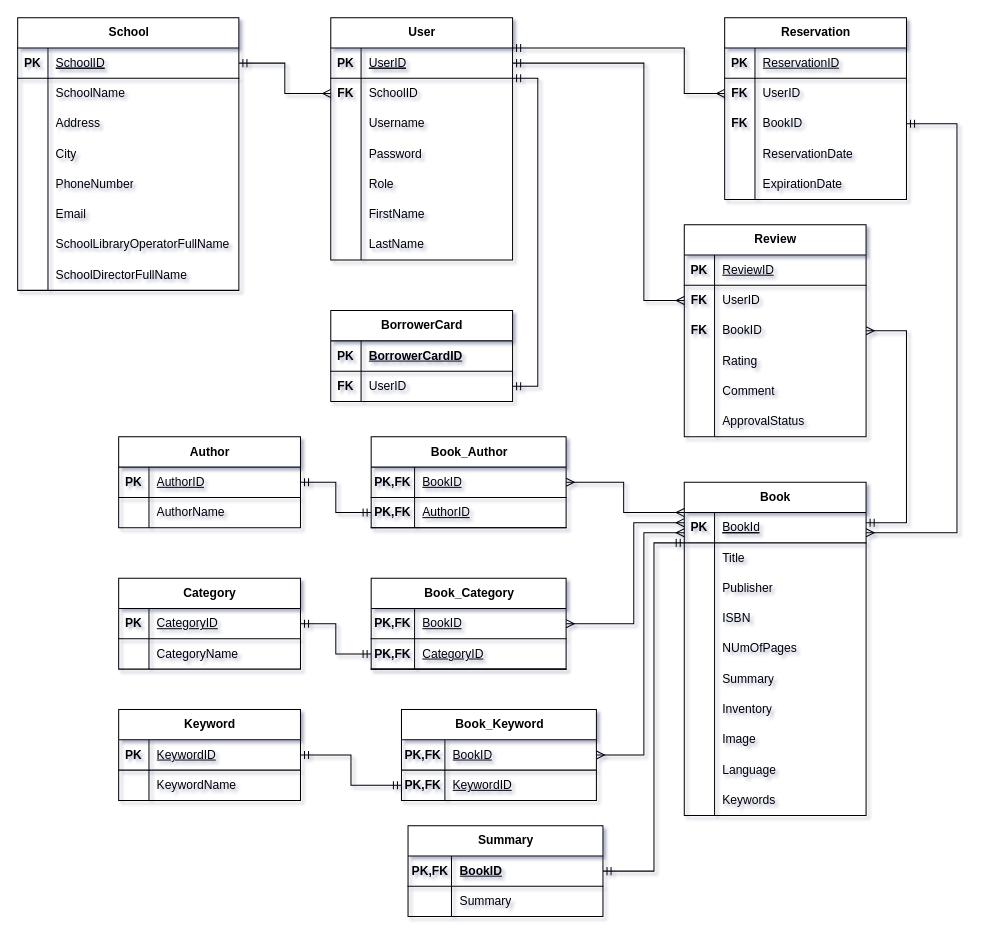
The draw.io diagram diagrams/Relational.drawio in ntua-el19877/Databases, before the edit. Source tidied: cells renumbered, new cells numbered last; positions are measured from the earlier drawing's top-left corner, leaving out a move shared by most shapes. Both pictures are drawn from the tidied source at 101%, with x=0, y=0 at pixel (17, 17).
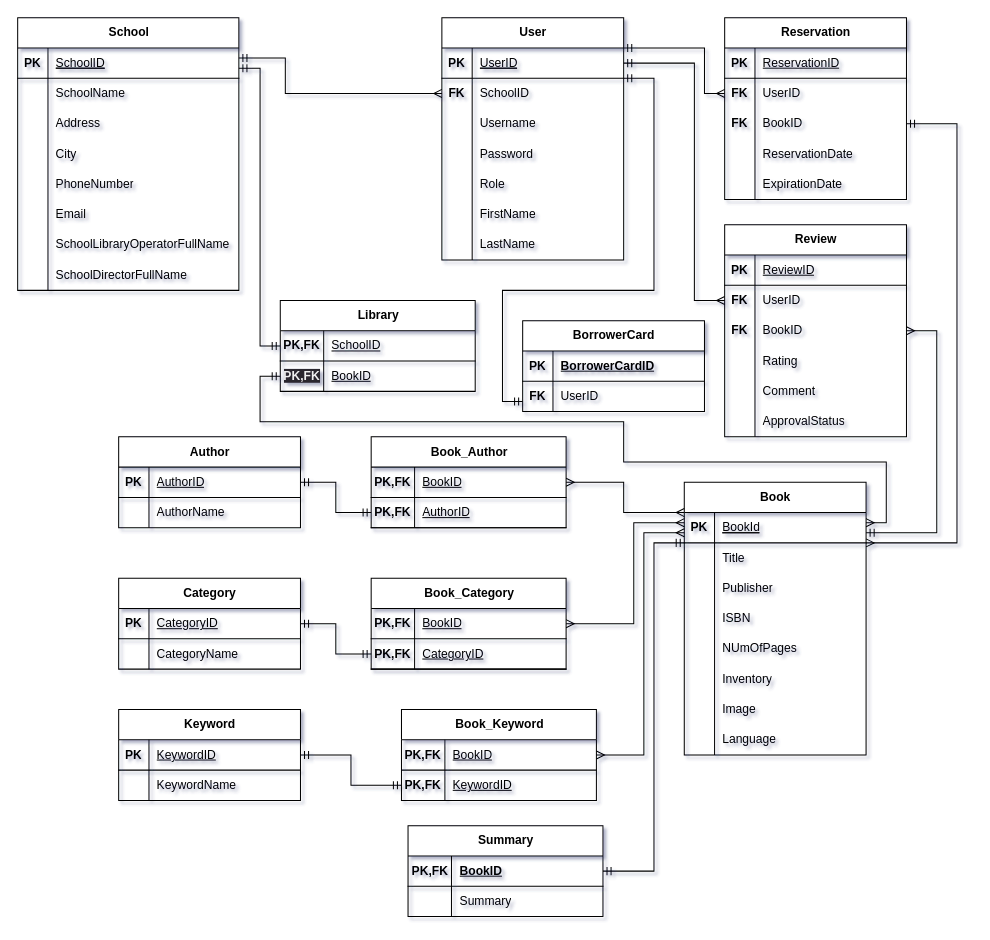
The same page after the edit.

Unchanged cells that the change refers to:
```xml
<mxCell id="3" style="shape=tableRow;horizontal=0;startSize=0;swimlaneHead=0;swimlaneBody=0;fillColor=none;points=[[0,0.5],[1,0.5]];portConstraint=eastwest;top=0;left=0;right=0;bottom=1;" parent="2" vertex="1">
  <mxGeometry y="30" width="219" height="30" as="geometry" />
</mxCell>
<mxCell id="29" style="shape=tableRow;horizontal=0;startSize=0;swimlaneHead=0;swimlaneBody=0;fillColor=none;points=[[0,0.5],[1,0.5]];portConstraint=eastwest;top=0;left=0;right=0;bottom=1;" parent="28" vertex="1">
  <mxGeometry y="30" width="180" height="30" as="geometry" />
</mxCell>
<mxCell id="61" style="shape=tableRow;horizontal=0;startSize=0;swimlaneHead=0;swimlaneBody=0;fillColor=none;points=[[0,0.5],[1,0.5]];portConstraint=eastwest;top=0;left=0;right=0;bottom=1;" parent="60" vertex="1">
  <mxGeometry y="30" width="180" height="30" as="geometry" />
</mxCell>
<mxCell id="64" style="shape=tableRow;horizontal=0;startSize=0;swimlaneHead=0;swimlaneBody=0;fillColor=none;points=[[0,0.5],[1,0.5]];portConstraint=eastwest;top=0;left=0;right=0;bottom=0;" parent="60" vertex="1">
  <mxGeometry y="60" width="180" height="30" as="geometry" />
</mxCell>
<mxCell id="88" style="shape=tableRow;horizontal=0;startSize=0;swimlaneHead=0;swimlaneBody=0;fillColor=none;points=[[0,0.5],[1,0.5]];portConstraint=eastwest;top=0;left=0;right=0;bottom=0;" parent="84" vertex="1">
  <mxGeometry y="60" width="180" height="30" as="geometry" />
</mxCell>
<mxCell id="91" style="shape=tableRow;horizontal=0;startSize=0;swimlaneHead=0;swimlaneBody=0;fillColor=none;points=[[0,0.5],[1,0.5]];portConstraint=eastwest;top=0;left=0;right=0;bottom=0;" parent="84" vertex="1">
  <mxGeometry y="90" width="180" height="30" as="geometry" />
</mxCell>
<mxCell id="136" style="shape=tableRow;horizontal=0;startSize=0;swimlaneHead=0;swimlaneBody=0;fillColor=none;points=[[0,0.5],[1,0.5]];portConstraint=eastwest;top=0;left=0;right=0;bottom=0;" parent="132" vertex="1">
  <mxGeometry y="60" width="180" height="30" as="geometry" />
</mxCell>
<mxCell id="145" style="shape=tableRow;horizontal=0;startSize=0;swimlaneHead=0;swimlaneBody=0;fillColor=none;points=[[0,0.5],[1,0.5]];portConstraint=eastwest;top=0;left=0;right=0;bottom=0;" parent="141" vertex="1">
  <mxGeometry y="60" width="180" height="30" as="geometry" />
</mxCell>
<mxCell id="148" style="shape=tableRow;horizontal=0;startSize=0;swimlaneHead=0;swimlaneBody=0;fillColor=none;points=[[0,0.5],[1,0.5]];portConstraint=eastwest;top=0;left=0;right=0;bottom=0;" parent="141" vertex="1">
  <mxGeometry y="90" width="180" height="30" as="geometry" />
</mxCell>
```

What changed in the source:
```diff
@@
     <mxCell id="28" value="Book" style="shape=table;startSize=30;childLayout=tableLayout;rowLines=0;fontStyle=1;align=center;html=1;" parent="1" vertex="1">
-      <mxGeometry x="660" y="460" width="180" height="330" as="geometry" />
+      <mxGeometry x="660" y="460" width="180" height="270" as="geometry" />
     </mxCell>
@@
-    <mxCell id="44" style="shape=tableRow;horizontal=0;startSize=0;swimlaneHead=0;swimlaneBody=0;fillColor=none;top=0;left=0;right=0;bottom=0;" parent="28" vertex="1">
-      <mxGeometry y="180" width="180" height="30" as="geometry" />
-    </mxCell>
-    <mxCell id="45" style="shape=partialRectangle;fillColor=none;top=0;left=0;bottom=0;right=0;overflow=hidden;whiteSpace=wrap;html=1;" parent="44" vertex="1">
-      <mxGeometry width="30" height="30" as="geometry" />
-    </mxCell>
-    <mxCell id="46" value="Summary" style="shape=partialRectangle;fillColor=none;top=0;left=0;bottom=0;right=0;align=left;spacingLeft=6;overflow=hidden;whiteSpace=wrap;html=1;" parent="44" vertex="1">
-      <mxGeometry x="30" width="150" height="30" as="geometry" />
-    </mxCell>
     <mxCell id="47" style="shape=tableRow;horizontal=0;startSize=0;swimlaneHead=0;swimlaneBody=0;fillColor=none;top=0;left=0;right=0;bottom=0;" parent="28" vertex="1">
-      <mxGeometry y="210" width="180" height="30" as="geometry" />
+      <mxGeometry y="180" width="180" height="30" as="geometry" />
     </mxCell>
@@
     <mxCell id="50" style="shape=tableRow;horizontal=0;startSize=0;swimlaneHead=0;swimlaneBody=0;fillColor=none;top=0;left=0;right=0;bottom=0;" parent="28" vertex="1">
-      <mxGeometry y="240" width="180" height="30" as="geometry" />
+      <mxGeometry y="210" width="180" height="30" as="geometry" />
     </mxCell>
@@
     <mxCell id="53" style="shape=tableRow;horizontal=0;startSize=0;swimlaneHead=0;swimlaneBody=0;fillColor=none;top=0;left=0;right=0;bottom=0;" parent="28" vertex="1">
-      <mxGeometry y="270" width="180" height="30" as="geometry" />
+      <mxGeometry y="240" width="180" height="30" as="geometry" />
     </mxCell>
@@
-    <mxCell id="56" style="shape=tableRow;horizontal=0;startSize=0;swimlaneHead=0;swimlaneBody=0;fillColor=none;top=0;left=0;right=0;bottom=0;" parent="28" vertex="1">
-      <mxGeometry y="300" width="180" height="30" as="geometry" />
-    </mxCell>
-    <mxCell id="57" style="shape=partialRectangle;fillColor=none;top=0;left=0;bottom=0;right=0;overflow=hidden;whiteSpace=wrap;html=1;" parent="56" vertex="1">
-      <mxGeometry width="30" height="30" as="geometry" />
-    </mxCell>
-    <mxCell id="58" value="Keywords" style="shape=partialRectangle;fillColor=none;top=0;left=0;bottom=0;right=0;align=left;spacingLeft=6;overflow=hidden;whiteSpace=wrap;html=1;" parent="56" vertex="1">
-      <mxGeometry x="30" width="150" height="30" as="geometry" />
-    </mxCell>
     <mxCell id="59" style="edgeStyle=orthogonalEdgeStyle;rounded=0;jettySize=auto;html=1;startArrow=ERmany;startFill=0;endArrow=ERmandOne;endFill=0;" parent="1" edge="1" source="64" target="3">
-      <mxGeometry relative="1" as="geometry" />
+      <mxGeometry relative="1" as="geometry">
+        <Array as="points">
+          <mxPoint x="265" y="75" />
+          <mxPoint x="265" y="40" />
+        </Array>
+      </mxGeometry>
     </mxCell>
     <mxCell id="60" value="User" style="shape=table;startSize=30;childLayout=tableLayout;rowLines=0;fontStyle=1;align=center;html=1;" parent="1" vertex="1">
-      <mxGeometry x="310" width="180" height="240" as="geometry" />
+      <mxGeometry x="420" width="180" height="240" as="geometry" />
     </mxCell>
@@
     <mxCell id="82" style="edgeStyle=orthogonalEdgeStyle;rounded=0;jettySize=auto;html=1;startArrow=ERmany;startFill=0;endArrow=ERmandOne;endFill=0;" parent="1" edge="1" source="88" target="61">
       <mxGeometry relative="1" as="geometry">
         <Array as="points">
-          <mxPoint x="660" y="75" />
-          <mxPoint x="660" y="30" />
+          <mxPoint x="680" y="75" />
+          <mxPoint x="680" y="30" />
         </Array>
       </mxGeometry>
     </mxCell>
     <mxCell id="83" style="edgeStyle=orthogonalEdgeStyle;rounded=0;jettySize=auto;html=1;endArrow=ERmany;endFill=0;startArrow=ERmandOne;startFill=0;" parent="1" edge="1" source="91" target="29">
       <mxGeometry relative="1" as="geometry">
         <Array as="points">
           <mxPoint x="930" y="105" />
-          <mxPoint x="930" y="510" />
+          <mxPoint x="930" y="520" />
         </Array>
       </mxGeometry>
     </mxCell>
@@
     <mxCell id="131" style="edgeStyle=orthogonalEdgeStyle;rounded=0;jettySize=auto;html=1;startArrow=ERmandOne;startFill=0;endArrow=ERmandOne;endFill=0;" parent="1" edge="1" source="136" target="61">
       <mxGeometry relative="1" as="geometry">
         <Array as="points">
-          <mxPoint x="515" y="365" />
-          <mxPoint x="515" y="60" />
+          <mxPoint x="480" y="380" />
+          <mxPoint x="480" y="270" />
+          <mxPoint x="630" y="270" />
+          <mxPoint x="630" y="60" />
         </Array>
       </mxGeometry>
     </mxCell>
     <mxCell id="132" value="BorrowerCard" style="shape=table;startSize=30;childLayout=tableLayout;rowLines=0;fontStyle=1;align=center;html=1;" parent="1" vertex="1">
-      <mxGeometry x="310" y="290" width="180" height="90" as="geometry" />
+      <mxGeometry x="500" y="300" width="180" height="90" as="geometry" />
     </mxCell>
@@
     <mxCell id="139" style="edgeStyle=orthogonalEdgeStyle;rounded=0;jettySize=auto;html=1;endArrow=ERmandOne;endFill=0;startArrow=ERmany;startFill=0;" parent="1" edge="1" source="145" target="61">
       <mxGeometry relative="1" as="geometry">
         <Array as="points">
-          <mxPoint x="620" y="280" />
-          <mxPoint x="620" y="45" />
+          <mxPoint x="670" y="280" />
+          <mxPoint x="670" y="45" />
         </Array>
       </mxGeometry>
     </mxCell>
     <mxCell id="140" style="edgeStyle=orthogonalEdgeStyle;rounded=0;jettySize=auto;html=1;startArrow=ERmany;startFill=0;endArrow=ERmandOne;endFill=0;" parent="1" edge="1" source="148" target="29">
       <mxGeometry relative="1" as="geometry">
         <Array as="points">
-          <mxPoint x="880" y="310" />
-          <mxPoint x="880" y="500" />
+          <mxPoint x="910" y="310" />
+          <mxPoint x="910" y="510" />
         </Array>
       </mxGeometry>
     </mxCell>
     <mxCell id="141" value="Review" style="shape=table;startSize=30;childLayout=tableLayout;rowLines=0;fontStyle=1;align=center;html=1;" parent="1" vertex="1">
-      <mxGeometry x="660" y="205" width="180" height="210" as="geometry" />
+      <mxGeometry x="700" y="205" width="180" height="210" as="geometry" />
     </mxCell>
@@
+    <mxCell id="184" value="Library" style="shape=table;startSize=30;childLayout=tableLayout;rowLines=0;fontStyle=1;align=center;html=1;" parent="1" vertex="1">
+      <mxGeometry x="260" y="280" width="193" height="90" as="geometry" />
+    </mxCell>
+    <mxCell id="185" style="shape=tableRow;horizontal=0;startSize=0;swimlaneHead=0;swimlaneBody=0;fillColor=none;points=[[0,0.5],[1,0.5]];portConstraint=eastwest;top=0;left=0;right=0;bottom=1;" parent="184" vertex="1">
+      <mxGeometry y="30" width="193" height="30" as="geometry" />
+    </mxCell>
+    <mxCell id="186" value="PK,FK" style="shape=partialRectangle;fillColor=none;top=0;left=0;bottom=0;right=0;fontStyle=1;overflow=hidden;whiteSpace=wrap;html=1;" parent="185" vertex="1">
+      <mxGeometry width="43" height="30" as="geometry" />
+    </mxCell>
+    <mxCell id="187" value="&lt;span style=&quot;font-weight: normal;&quot;&gt;SchoolID&lt;/span&gt;" style="shape=partialRectangle;fillColor=none;top=0;left=0;bottom=0;right=0;align=left;spacingLeft=6;fontStyle=5;overflow=hidden;whiteSpace=wrap;html=1;" parent="185" vertex="1">
+      <mxGeometry x="43" width="150" height="30" as="geometry" />
+    </mxCell>
+    <mxCell id="188" style="shape=tableRow;horizontal=0;startSize=0;swimlaneHead=0;swimlaneBody=0;fillColor=none;points=[[0,0.5],[1,0.5]];portConstraint=eastwest;top=0;left=0;right=0;bottom=0;" parent="184" vertex="1">
+      <mxGeometry y="60" width="193" height="30" as="geometry" />
+    </mxCell>
+    <mxCell id="189" value="&lt;span style=&quot;color: rgb(240, 240, 240); font-family: Helvetica; font-size: 12px; font-style: normal; font-variant-ligatures: normal; font-variant-caps: normal; font-weight: 700; letter-spacing: normal; orphans: 2; text-align: center; text-indent: 0px; text-transform: none; widows: 2; word-spacing: 0px; -webkit-text-stroke-width: 0px; background-color: rgb(42, 37, 47); text-decoration-thickness: initial; text-decoration-style: initial; text-decoration-color: initial; float: none; display: inline !important;&quot;&gt;PK,FK&lt;/span&gt;" style="shape=partialRectangle;fillColor=none;top=0;left=0;bottom=0;right=0;overflow=hidden;whiteSpace=wrap;html=1;" parent="188" vertex="1">
+      <mxGeometry width="43" height="30" as="geometry" />
+    </mxCell>
+    <mxCell id="190" value="&lt;u&gt;BookID&lt;/u&gt;" style="shape=partialRectangle;fillColor=none;top=0;left=0;bottom=0;right=0;align=left;spacingLeft=6;overflow=hidden;whiteSpace=wrap;html=1;" parent="188" vertex="1">
+      <mxGeometry x="43" width="150" height="30" as="geometry" />
+    </mxCell>
+    <mxCell id="191" style="edgeStyle=orthogonalEdgeStyle;rounded=0;jettySize=auto;html=1;startArrow=ERmandOne;startFill=0;endArrow=ERmany;endFill=0;" parent="1" edge="1" source="188" target="29">
+      <mxGeometry relative="1" as="geometry">
+        <Array as="points">
+          <mxPoint x="240" y="355" />
+          <mxPoint x="240" y="400" />
+          <mxPoint x="600" y="400" />
+          <mxPoint x="600" y="440" />
+          <mxPoint x="860" y="440" />
+          <mxPoint x="860" y="500" />
+        </Array>
+      </mxGeometry>
+    </mxCell>
+    <mxCell id="192" style="edgeStyle=orthogonalEdgeStyle;rounded=0;jettySize=auto;html=1;endArrow=ERmandOne;endFill=0;startArrow=ERmandOne;startFill=0;" parent="1" edge="1" source="185" target="3">
+      <mxGeometry relative="1" as="geometry">
+        <Array as="points">
+          <mxPoint x="240" y="325" />
+          <mxPoint x="240" y="50" />
+        </Array>
+      </mxGeometry>
+    </mxCell>
```
